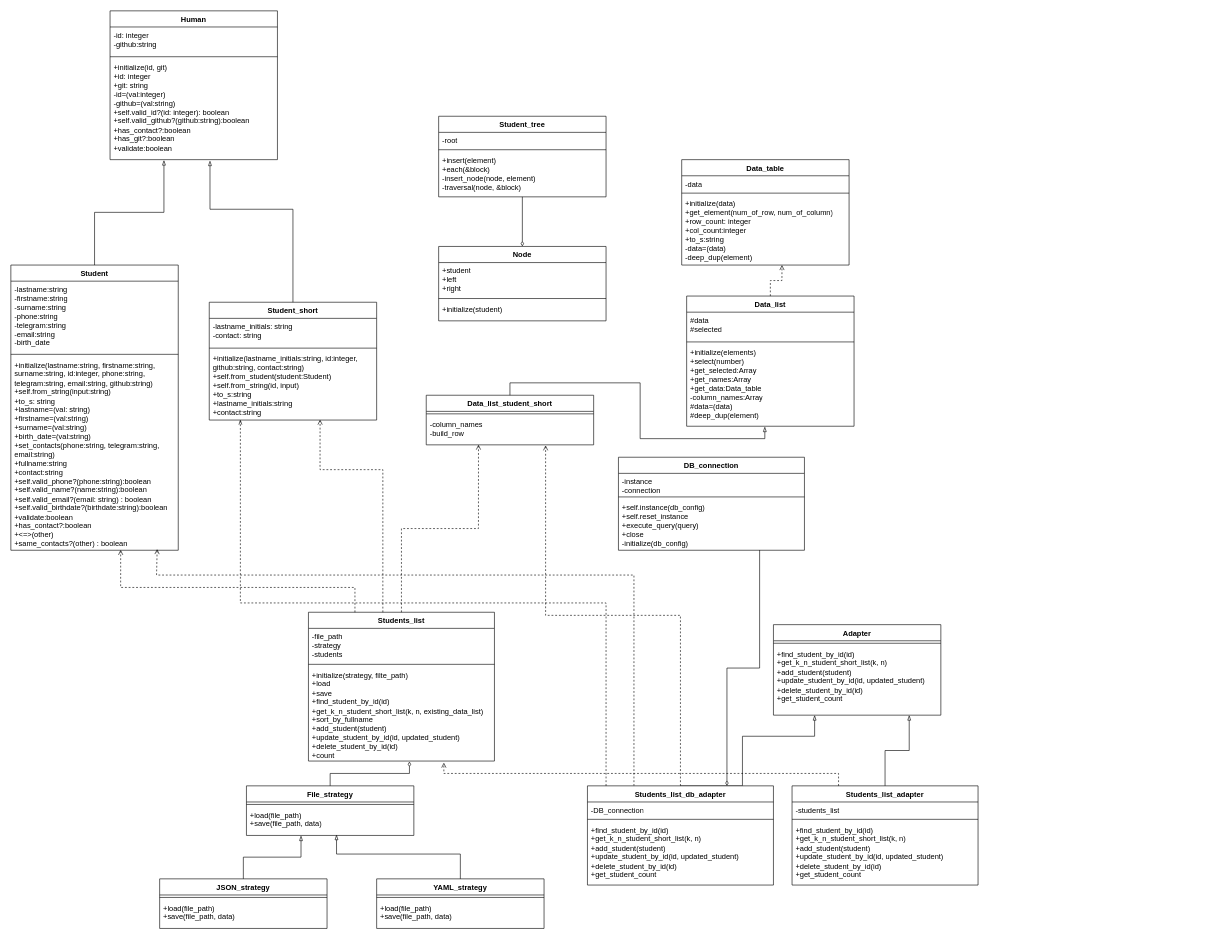
The draw.io diagram Students/Students.drawio in avtss/Patterns, before the edit. Source tidied: cells renumbered, new cells numbered last; positions are measured from the earlier drawing's top-left corner, leaving out a move shared by most shapes. Both pictures are drawn from the tidied source at 62%, with x=0, y=0 at pixel (11, 11).
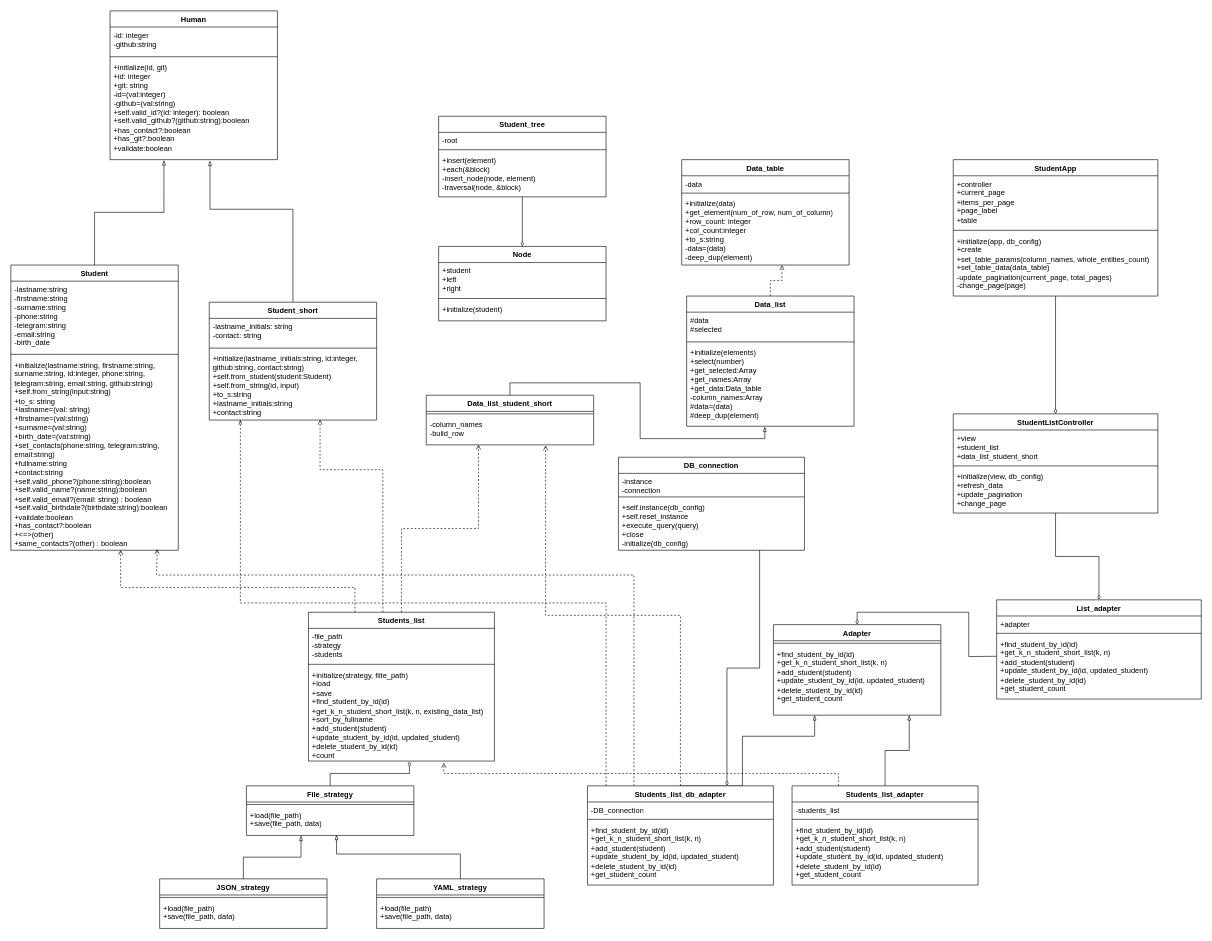
The same diagram, later.

Commit message (it also covers changes not shown here):
Lab5. Updated class diagram

Unchanged cells that the change refers to:
```xml
<mxCell id="53" value="Adapter" style="swimlane;fontStyle=1;align=center;verticalAlign=top;horizontal=1;startSize=26;whiteSpace=wrap;html=1;" parent="1" vertex="1">
  <mxGeometry x="1230" y="990" width="270" height="146" as="geometry" />
</mxCell>
```

Change to the diagram source:
```diff
@@
+    <mxCell id="79" style="edgeStyle=orthogonalEdgeStyle;rounded=0;jettySize=auto;html=1;entryX=0.5;entryY=0;entryDx=0;entryDy=0;endArrow=diamondThin;endFill=0;" parent="1" edge="1" source="80" target="85">
+      <mxGeometry relative="1" as="geometry" />
+    </mxCell>
+    <mxCell id="80" value="StudentApp" style="swimlane;fontStyle=1;align=center;verticalAlign=top;horizontal=1;startSize=26;whiteSpace=wrap;html=1;" parent="1" vertex="1">
+      <mxGeometry x="1520" y="240" width="330" height="220" as="geometry" />
+    </mxCell>
+    <mxCell id="81" value="+controller&lt;div&gt;+current_page&lt;/div&gt;&lt;div&gt;+items_per_page&lt;/div&gt;&lt;div&gt;+page_label&lt;/div&gt;&lt;div&gt;+table&lt;/div&gt;" style="text;strokeColor=none;fillColor=none;align=left;verticalAlign=top;spacingLeft=4;spacingRight=4;overflow=hidden;whiteSpace=wrap;html=1;" parent="80" vertex="1">
+      <mxGeometry y="26" width="330" height="84" as="geometry" />
+    </mxCell>
+    <mxCell id="82" style="line;strokeWidth=1;fillColor=none;align=left;verticalAlign=middle;spacingTop=-1;spacingLeft=3;spacingRight=3;labelPosition=right;strokeColor=inherit;" parent="80" vertex="1">
+      <mxGeometry y="110" width="330" height="8" as="geometry" />
+    </mxCell>
+    <mxCell id="83" value="+initialize(app, db_config)&lt;div&gt;+create&lt;/div&gt;&lt;div&gt;+set_table_params(column_names, whole_entities_count)&lt;/div&gt;&lt;div&gt;+set_table_data(data_table)&lt;/div&gt;&lt;div&gt;-update_pagination(current_page, total_pages)&lt;/div&gt;&lt;div&gt;-change_page(page)&lt;/div&gt;" style="text;strokeColor=none;fillColor=none;align=left;verticalAlign=top;spacingLeft=4;spacingRight=4;overflow=hidden;whiteSpace=wrap;html=1;" parent="80" vertex="1">
+      <mxGeometry y="118" width="330" height="102" as="geometry" />
+    </mxCell>
+    <mxCell id="84" style="edgeStyle=orthogonalEdgeStyle;rounded=0;jettySize=auto;html=1;entryX=0.5;entryY=0;entryDx=0;entryDy=0;endArrow=diamondThin;endFill=0;" parent="1" edge="1" source="85" target="90">
+      <mxGeometry relative="1" as="geometry" />
+    </mxCell>
+    <mxCell id="85" value="StudentListController" style="swimlane;fontStyle=1;align=center;verticalAlign=top;horizontal=1;startSize=26;whiteSpace=wrap;html=1;" parent="1" vertex="1">
+      <mxGeometry x="1520" y="650" width="330" height="160" as="geometry" />
+    </mxCell>
+    <mxCell id="86" value="+view&lt;div&gt;+student_list&lt;/div&gt;&lt;div&gt;+data_list_student_short&lt;/div&gt;" style="text;strokeColor=none;fillColor=none;align=left;verticalAlign=top;spacingLeft=4;spacingRight=4;overflow=hidden;whiteSpace=wrap;html=1;" parent="85" vertex="1">
+      <mxGeometry y="26" width="330" height="54" as="geometry" />
+    </mxCell>
+    <mxCell id="87" style="line;strokeWidth=1;fillColor=none;align=left;verticalAlign=middle;spacingTop=-1;spacingLeft=3;spacingRight=3;labelPosition=right;strokeColor=inherit;" parent="85" vertex="1">
+      <mxGeometry y="80" width="330" height="8" as="geometry" />
+    </mxCell>
+    <mxCell id="88" value="+initialize(view, db_config)&lt;div&gt;+refresh_data&lt;/div&gt;&lt;div&gt;+update_pagination&lt;/div&gt;&lt;div&gt;+change_page&lt;/div&gt;" style="text;strokeColor=none;fillColor=none;align=left;verticalAlign=top;spacingLeft=4;spacingRight=4;overflow=hidden;whiteSpace=wrap;html=1;" parent="85" vertex="1">
+      <mxGeometry y="88" width="330" height="72" as="geometry" />
+    </mxCell>
+    <mxCell id="89" style="edgeStyle=orthogonalEdgeStyle;rounded=0;jettySize=auto;html=1;entryX=0.5;entryY=0;entryDx=0;entryDy=0;endArrow=diamondThin;endFill=0;" parent="1" edge="1" target="53">
+      <mxGeometry relative="1" as="geometry">
+        <mxPoint x="1590" y="1041" as="sourcePoint" />
+      </mxGeometry>
+    </mxCell>
+    <mxCell id="90" value="List_adapter" style="swimlane;fontStyle=1;align=center;verticalAlign=top;horizontal=1;startSize=26;whiteSpace=wrap;html=1;" parent="1" vertex="1">
+      <mxGeometry x="1590" y="950" width="330" height="160" as="geometry" />
+    </mxCell>
+    <mxCell id="91" value="+adapter" style="text;strokeColor=none;fillColor=none;align=left;verticalAlign=top;spacingLeft=4;spacingRight=4;overflow=hidden;whiteSpace=wrap;html=1;" parent="90" vertex="1">
+      <mxGeometry y="26" width="330" height="24" as="geometry" />
+    </mxCell>
+    <mxCell id="92" style="line;strokeWidth=1;fillColor=none;align=left;verticalAlign=middle;spacingTop=-1;spacingLeft=3;spacingRight=3;labelPosition=right;strokeColor=inherit;" parent="90" vertex="1">
+      <mxGeometry y="50" width="330" height="8" as="geometry" />
+    </mxCell>
+    <mxCell id="93" value="+find_student_by_id(id)&lt;div&gt;+get_k_n_student_short_list(k, n)&lt;/div&gt;&lt;div&gt;+add_student(student)&lt;/div&gt;&lt;div&gt;+update_student_by_id(id, updated_student)&lt;/div&gt;&lt;div&gt;+delete_student_by_id(id)&lt;/div&gt;&lt;div&gt;+get_student_count&lt;/div&gt;" style="text;strokeColor=none;fillColor=none;align=left;verticalAlign=top;spacingLeft=4;spacingRight=4;overflow=hidden;whiteSpace=wrap;html=1;" parent="90" vertex="1">
+      <mxGeometry y="58" width="330" height="102" as="geometry" />
+    </mxCell>
```
